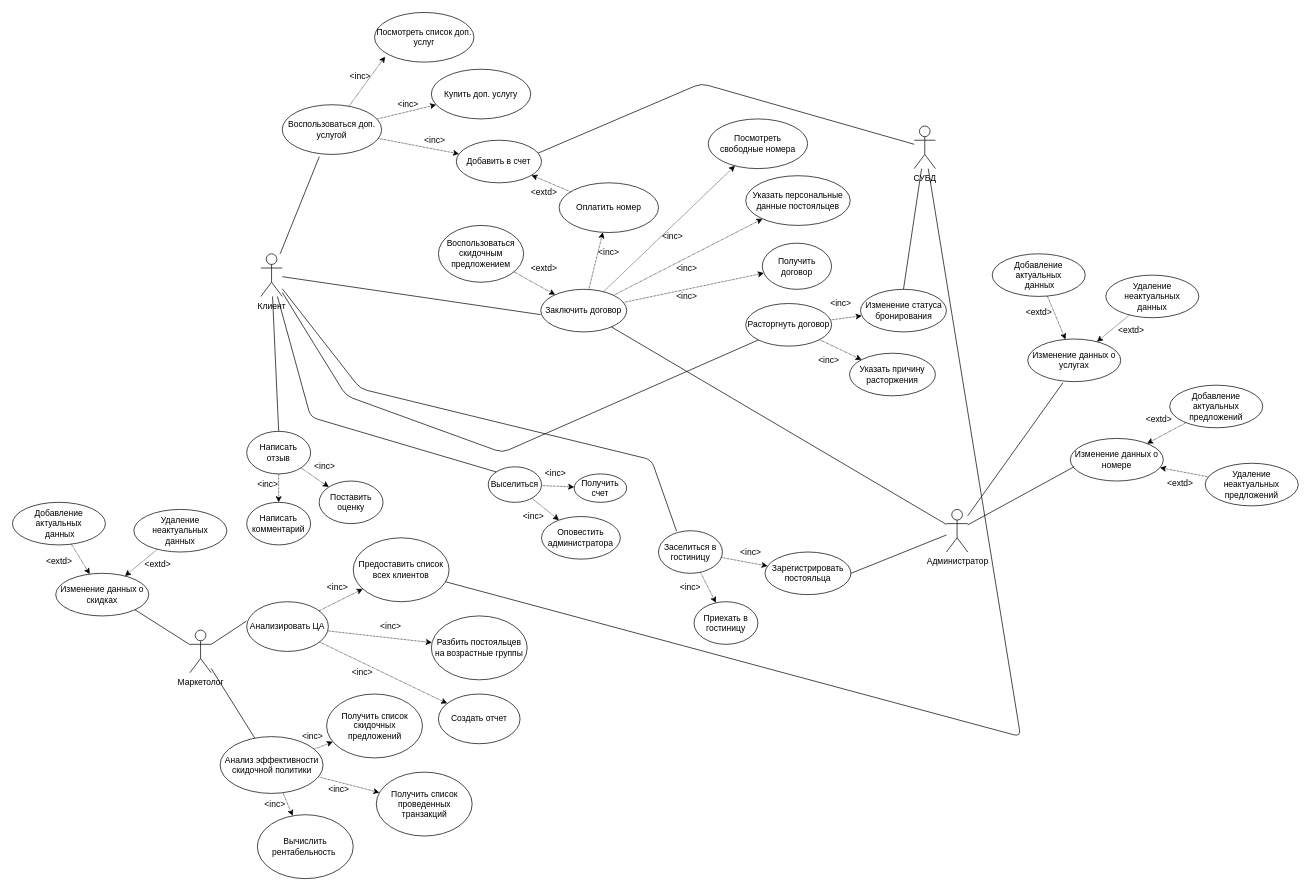
Suvorovm/DB--Labs keeps this draw.io diagram as IS_IS/lab1/ISIS.drawio. Above is the earlier version. Source tidied: cells renumbered, new cells numbered last; positions are measured from the earlier drawing's top-left corner, leaving out a move shared by most shapes. Both pictures are drawn from the tidied source at 71%, with x=0, y=0 at pixel (12, 12).
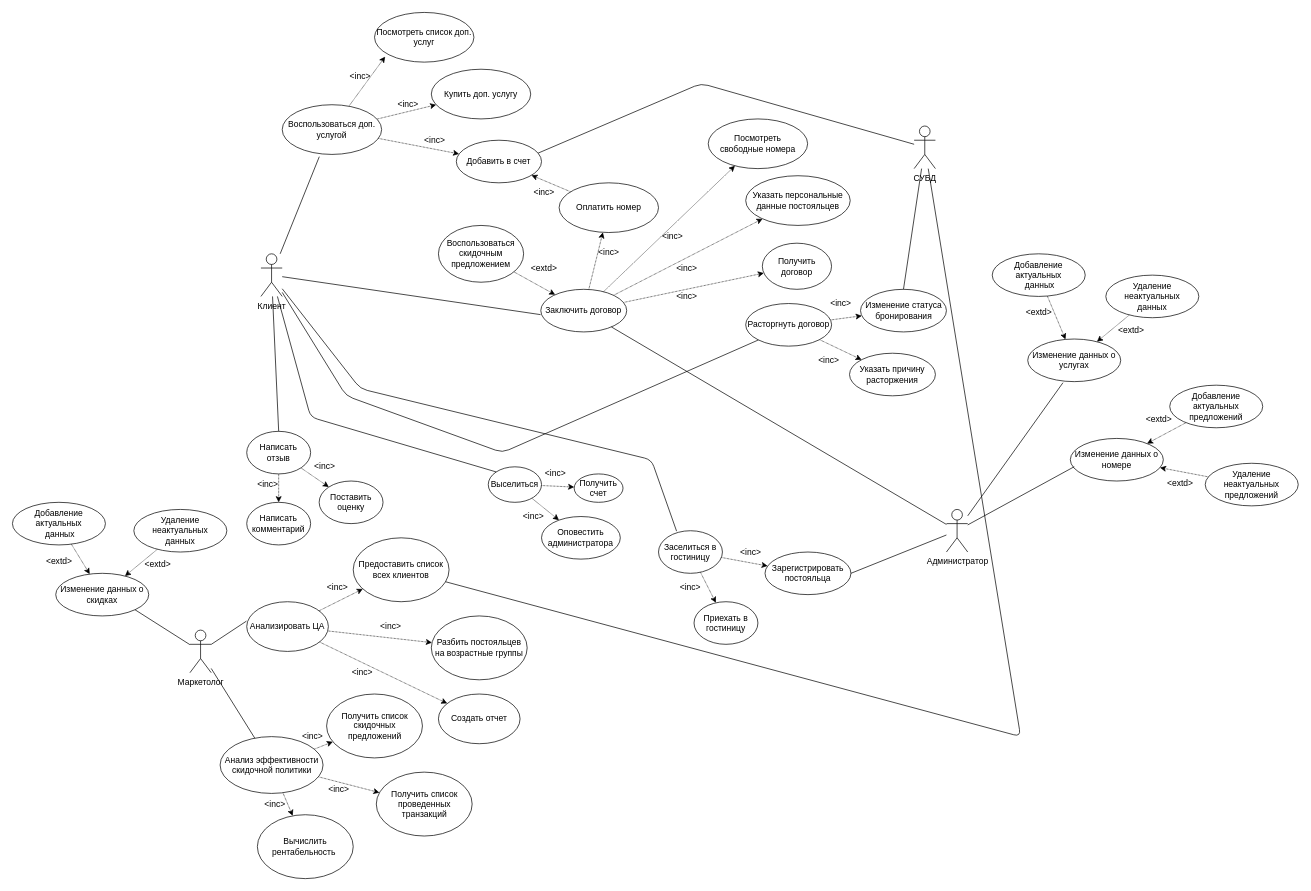
The same page after the edit.

Change to the diagram source:
```diff
@@
     <mxCell id="20" value="Получить счет" style="ellipse;whiteSpace=wrap;html=1;" parent="1" vertex="1">
-      <mxGeometry x="791.2" y="650" width="74" height="40" as="geometry" />
+      <mxGeometry x="791.2" y="650" width="68.8" height="40" as="geometry" />
     </mxCell>
@@
-    <mxCell id="95" value="&amp;lt;extd&amp;gt;" style="text;html=1;strokeColor=none;fillColor=none;align=center;verticalAlign=middle;whiteSpace=wrap;rounded=0;" parent="1" vertex="1">
+    <mxCell id="95" value="&amp;lt;inc&amp;gt;" style="text;html=1;strokeColor=none;fillColor=none;align=center;verticalAlign=middle;whiteSpace=wrap;rounded=0;" parent="1" vertex="1">
       <mxGeometry x="734" y="240" width="30" height="25" as="geometry" />
     </mxCell>
```
